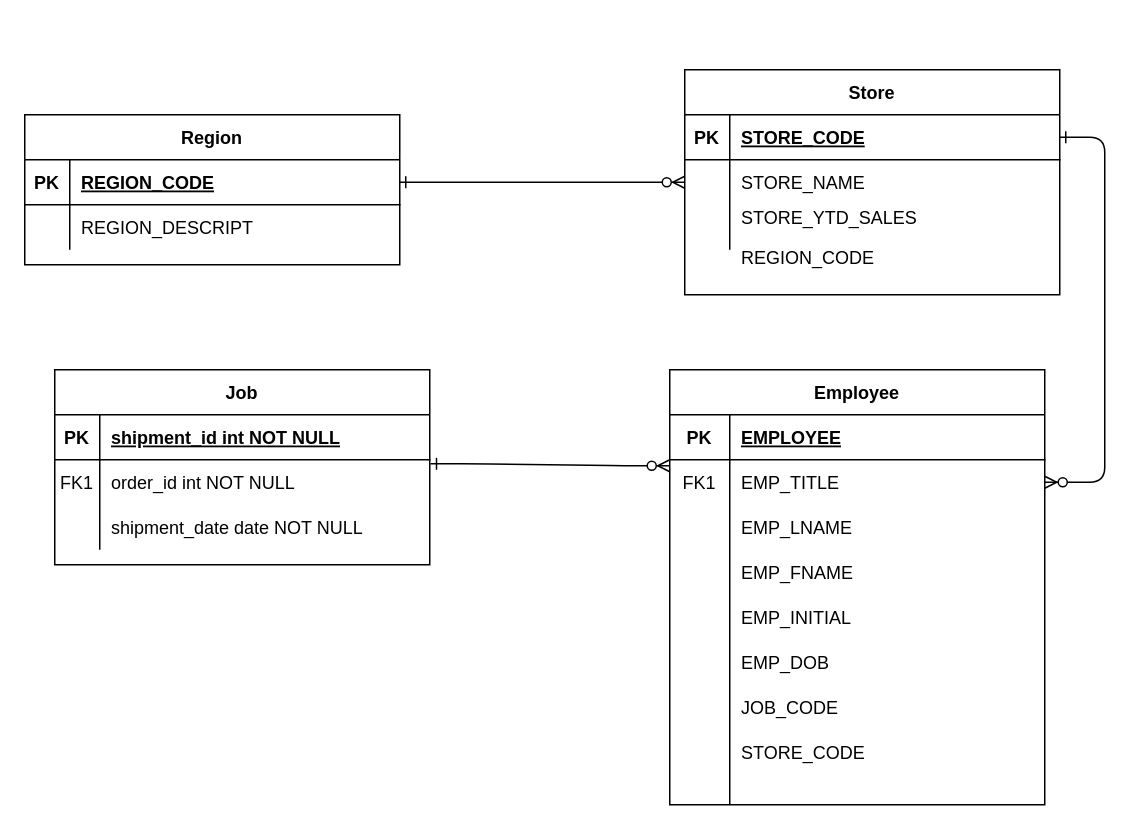
Above: Untitled Diagram.drawio in khiru27/UM-stuff (draw.io), before the change. Source tidied: cells renumbered, new cells numbered last; positions are measured from the earlier drawing's top-left corner, leaving out a move shared by most shapes. Both pictures are drawn from the tidied source at 150%, with x=0, y=0 at pixel (24, 69).
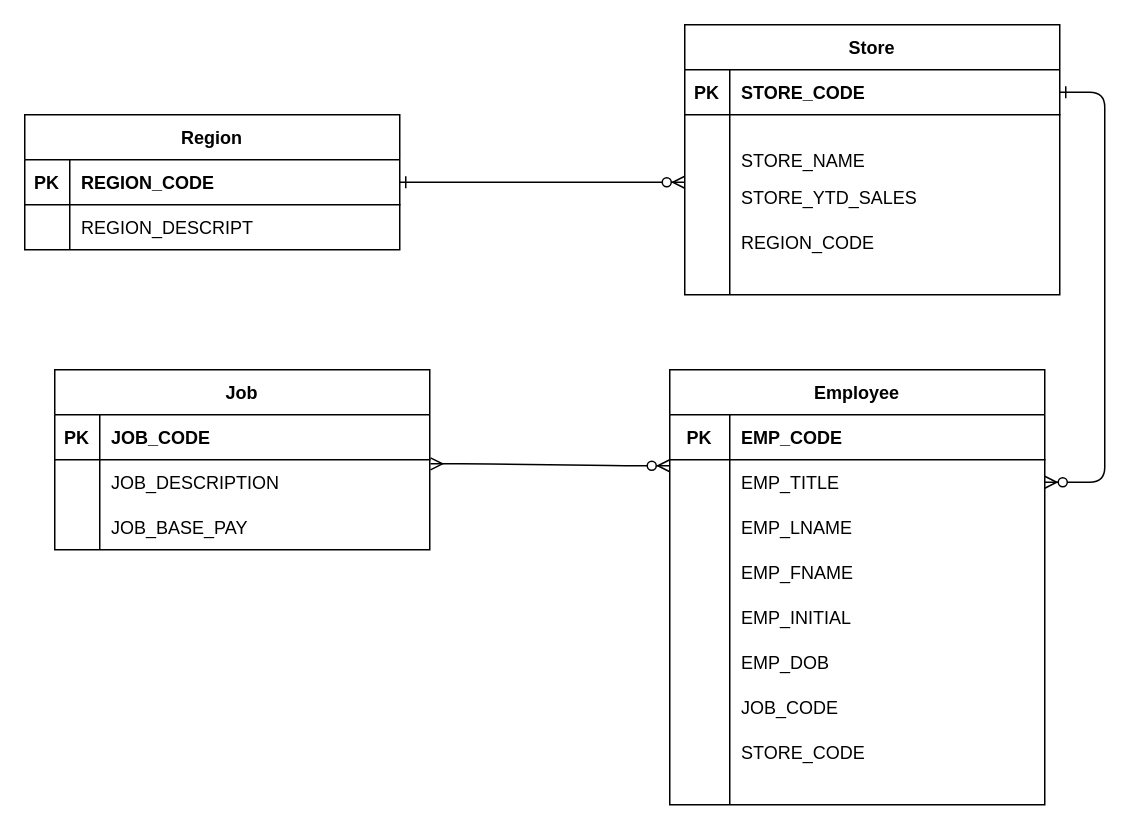
The same page after the edit.

Commit message:
tutorial 3 database khiru

The change refers to these unchanged cells:
```xml
<mxCell id="5" style="shape=partialRectangle;fillColor=none;points=[[0,0.5],[1,0.5]];portConstraint=eastwest;top=0;left=0;right=0;bottom=1;" parent="4" vertex="1">
  <mxGeometry y="30" width="250" height="30" as="geometry" />
</mxCell>
<mxCell id="15" style="shape=partialRectangle;fillColor=none;top=0;left=0;right=0;bottom=1;" parent="14" vertex="1">
  <mxGeometry y="30" width="250" height="30" as="geometry" />
</mxCell>
<mxCell id="18" style="shape=partialRectangle;fillColor=none;points=[[0,0.5],[1,0.5]];portConstraint=eastwest;top=0;left=0;right=0;bottom=0;" parent="14" vertex="1">
  <mxGeometry y="60" width="250" height="30" as="geometry" />
</mxCell>
<mxCell id="25" style="shape=partialRectangle;fillColor=none;points=[[0,0.5],[1,0.5]];portConstraint=eastwest;top=0;left=0;right=0;bottom=1;" parent="24" vertex="1">
  <mxGeometry y="30" width="250" height="30" as="geometry" />
</mxCell>
<mxCell id="35" style="shape=partialRectangle;fillColor=none;points=[[0,0.5],[1,0.5]];portConstraint=eastwest;top=0;left=0;right=0;bottom=0;" parent="31" vertex="1">
  <mxGeometry y="60" width="250" height="30" as="geometry" />
</mxCell>
<mxCell id="38" style="shape=partialRectangle;fillColor=none;top=0;left=0;right=0;bottom=0;" parent="31" vertex="1">
  <mxGeometry y="90" width="250" height="30" as="geometry" />
</mxCell>
```

Diff of the diagram source:
```diff
@@
     <mxCell id="4" value="Store" style="shape=table;startSize=30;childLayout=tableLayout;rowLines=0;fontStyle=1;align=center;" parent="1" vertex="1">
-      <mxGeometry x="440" width="250" height="150" as="geometry" />
+      <mxGeometry x="440" y="-30" width="250" height="180" as="geometry" />
     </mxCell>
@@
-    <mxCell id="7" value="STORE_CODE" style="shape=partialRectangle;overflow=hidden;fillColor=none;top=0;left=0;bottom=0;right=0;align=left;spacingLeft=6;fontStyle=5;" parent="5" vertex="1">
+    <mxCell id="7" value="STORE_CODE" style="shape=partialRectangle;overflow=hidden;fillColor=none;top=0;left=0;bottom=0;right=0;align=left;spacingLeft=6;fontStyle=1;" parent="5" vertex="1">
       <mxGeometry x="30" width="220" height="30" as="geometry" />
     </mxCell>
     <mxCell id="8" style="shape=partialRectangle;fillColor=none;points=[[0,0.5],[1,0.5]];portConstraint=eastwest;top=0;left=0;right=0;bottom=0;" parent="4" vertex="1">
-      <mxGeometry y="60" width="250" height="30" as="geometry" />
+      <mxGeometry y="60" width="250" height="90" as="geometry" />
     </mxCell>
     <mxCell id="9" style="shape=partialRectangle;overflow=hidden;fillColor=none;top=0;left=0;bottom=0;right=0;" parent="8" vertex="1">
-      <mxGeometry width="30" height="30" as="geometry" />
+      <mxGeometry width="30" height="90" as="geometry" />
     </mxCell>
-    <mxCell id="10" value="STORE_NAME" style="shape=partialRectangle;overflow=hidden;fillColor=none;top=0;left=0;bottom=0;right=0;align=left;spacingLeft=6;" parent="8" vertex="1">
-      <mxGeometry x="30" width="220" height="30" as="geometry" />
+    <mxCell id="10" style="shape=partialRectangle;overflow=hidden;fillColor=none;top=0;left=0;bottom=0;right=0;align=left;spacingLeft=6;" parent="8" vertex="1">
+      <mxGeometry x="30" width="220" height="90" as="geometry" />
     </mxCell>
     <mxCell id="11" style="shape=partialRectangle;fillColor=none;top=0;left=0;right=0;bottom=0;" parent="4" vertex="1">
-      <mxGeometry y="90" width="250" height="30" as="geometry" />
+      <mxGeometry y="150" width="250" height="30" as="geometry" />
     </mxCell>
@@
-    <mxCell id="13" value="STORE_YTD_SALES&#10;" style="shape=partialRectangle;overflow=hidden;fillColor=none;top=0;left=0;bottom=0;right=0;align=left;spacingLeft=6;" parent="11" vertex="1">
+    <mxCell id="13" style="shape=partialRectangle;overflow=hidden;fillColor=none;top=0;left=0;bottom=0;right=0;align=left;spacingLeft=6;" parent="11" vertex="1">
       <mxGeometry x="30" width="220" height="30" as="geometry" />
     </mxCell>
@@
-    <mxCell id="17" value="EMPLOYEE" style="shape=partialRectangle;overflow=hidden;fillColor=none;top=0;left=0;bottom=0;right=0;align=left;spacingLeft=6;fontStyle=5;" parent="15" vertex="1">
+    <mxCell id="17" value="EMP_CODE" style="shape=partialRectangle;overflow=hidden;fillColor=none;top=0;left=0;bottom=0;right=0;align=left;spacingLeft=6;fontStyle=1;" parent="15" vertex="1">
       <mxGeometry x="40" width="210" height="30" as="geometry" />
     </mxCell>
@@
-    <mxCell id="19" value="FK1" style="shape=partialRectangle;overflow=hidden;fillColor=none;top=0;left=0;bottom=0;right=0;" parent="18" vertex="1">
+    <mxCell id="19" style="shape=partialRectangle;overflow=hidden;fillColor=none;top=0;left=0;bottom=0;right=0;" parent="18" vertex="1">
       <mxGeometry width="40" height="30" as="geometry" />
     </mxCell>
@@
     <mxCell id="24" value="Region" style="shape=table;startSize=30;childLayout=tableLayout;rowLines=0;fontStyle=1;align=center;" parent="1" vertex="1">
-      <mxGeometry y="30" width="250" height="100" as="geometry" />
+      <mxGeometry y="30" width="250" height="90" as="geometry" />
     </mxCell>
@@
-    <mxCell id="27" value="REGION_CODE" style="shape=partialRectangle;overflow=hidden;fillColor=none;top=0;left=0;bottom=0;right=0;align=left;spacingLeft=6;fontStyle=5;" parent="25" vertex="1">
+    <mxCell id="27" value="REGION_CODE" style="shape=partialRectangle;overflow=hidden;fillColor=none;top=0;left=0;bottom=0;right=0;align=left;spacingLeft=6;fontStyle=1;" parent="25" vertex="1">
       <mxGeometry x="30" width="220" height="30" as="geometry" />
     </mxCell>
@@
     <mxCell id="31" value="Job" style="shape=table;startSize=30;childLayout=tableLayout;rowLines=0;fontStyle=1;align=center;" parent="1" vertex="1">
-      <mxGeometry x="20" y="200" width="250" height="130" as="geometry" />
+      <mxGeometry x="20" y="200" width="250" height="120" as="geometry" />
     </mxCell>
-    <mxCell id="32" style="shape=partialRectangle;fillColor=none;top=0;left=0;right=0;bottom=1;" parent="31" vertex="1">
+    <mxCell id="32" style="shape=partialRectangle;fillColor=none;top=0;left=0;right=0;bottom=1;fontStyle=4;" parent="31" vertex="1">
       <mxGeometry y="30" width="250" height="30" as="geometry" />
     </mxCell>
@@
-    <mxCell id="34" value="shipment_id int NOT NULL " style="shape=partialRectangle;overflow=hidden;fillColor=none;top=0;left=0;bottom=0;right=0;align=left;spacingLeft=6;fontStyle=5;" parent="32" vertex="1">
+    <mxCell id="34" value="JOB_CODE" style="shape=partialRectangle;overflow=hidden;fillColor=none;top=0;left=0;bottom=0;right=0;align=left;spacingLeft=6;fontStyle=1;" parent="32" vertex="1">
       <mxGeometry x="30" width="220" height="30" as="geometry" />
     </mxCell>
@@
-    <mxCell id="36" value="FK1" style="shape=partialRectangle;overflow=hidden;fillColor=none;top=0;left=0;bottom=0;right=0;" parent="35" vertex="1">
+    <mxCell id="36" style="shape=partialRectangle;overflow=hidden;fillColor=none;top=0;left=0;bottom=0;right=0;" parent="35" vertex="1">
       <mxGeometry width="30" height="30" as="geometry" />
     </mxCell>
-    <mxCell id="37" value="order_id int NOT NULL" style="shape=partialRectangle;overflow=hidden;fillColor=none;top=0;left=0;bottom=0;right=0;align=left;spacingLeft=6;" parent="35" vertex="1">
+    <mxCell id="37" value="JOB_DESCRIPTION" style="shape=partialRectangle;overflow=hidden;fillColor=none;top=0;left=0;bottom=0;right=0;align=left;spacingLeft=6;" parent="35" vertex="1">
       <mxGeometry x="30" width="220" height="30" as="geometry" />
     </mxCell>
@@
-    <mxCell id="40" value="shipment_date date NOT NULL" style="shape=partialRectangle;overflow=hidden;fillColor=none;top=0;left=0;bottom=0;right=0;align=left;spacingLeft=6;" parent="38" vertex="1">
+    <mxCell id="40" value="JOB_BASE_PAY" style="shape=partialRectangle;overflow=hidden;fillColor=none;top=0;left=0;bottom=0;right=0;align=left;spacingLeft=6;" parent="38" vertex="1">
       <mxGeometry x="30" width="220" height="30" as="geometry" />
     </mxCell>
-    <mxCell id="41" style="edgeStyle=entityRelationEdgeStyle;endArrow=ERzeroToMany;startArrow=ERone;endFill=1;startFill=0;exitX=1.002;exitY=0.09;exitDx=0;exitDy=0;exitPerimeter=0;entryX=0;entryY=0.133;entryDx=0;entryDy=0;entryPerimeter=0;" parent="1" edge="1" source="35" target="18">
+    <mxCell id="41" style="edgeStyle=entityRelationEdgeStyle;endArrow=ERzeroToMany;startArrow=ERmany;endFill=1;startFill=0;exitX=1.002;exitY=0.09;exitDx=0;exitDy=0;exitPerimeter=0;entryX=0;entryY=0.133;entryDx=0;entryDy=0;entryPerimeter=0;" parent="1" edge="1" source="35" target="18">
       <mxGeometry relative="1" as="geometry" />
     </mxCell>
     <mxCell id="42" style="shape=partialRectangle;fillColor=none;top=0;left=0;right=0;bottom=0;" parent="1" vertex="1">
-      <mxGeometry x="440" y="110" width="250" height="30" as="geometry" />
+      <mxGeometry x="440" y="100" width="250" height="30" as="geometry" />
     </mxCell>
@@
+    <mxCell id="51" style="shape=partialRectangle;fillColor=none;top=0;left=0;right=0;bottom=0;" parent="1" vertex="1">
+      <mxGeometry x="440" y="45" width="250" height="30" as="geometry" />
+    </mxCell>
+    <mxCell id="52" style="shape=partialRectangle;overflow=hidden;fillColor=none;top=0;left=0;bottom=0;right=0;" parent="51" vertex="1">
+      <mxGeometry width="30" height="30" as="geometry" />
+    </mxCell>
+    <mxCell id="53" value="STORE_NAME" style="shape=partialRectangle;overflow=hidden;fillColor=none;top=0;left=0;bottom=0;right=0;align=left;spacingLeft=6;" parent="51" vertex="1">
+      <mxGeometry x="30" width="220" height="30" as="geometry" />
+    </mxCell>
+    <mxCell id="54" style="shape=partialRectangle;fillColor=none;top=0;left=0;right=0;bottom=0;" parent="1" vertex="1">
+      <mxGeometry x="440" y="70" width="250" height="30" as="geometry" />
+    </mxCell>
+    <mxCell id="55" style="shape=partialRectangle;overflow=hidden;fillColor=none;top=0;left=0;bottom=0;right=0;" parent="54" vertex="1">
+      <mxGeometry width="30" height="30" as="geometry" />
+    </mxCell>
+    <mxCell id="56" value="STORE_YTD_SALES" style="shape=partialRectangle;overflow=hidden;fillColor=none;top=0;left=0;bottom=0;right=0;align=left;spacingLeft=6;" parent="54" vertex="1">
+      <mxGeometry x="30" width="220" height="30" as="geometry" />
+    </mxCell>
```
